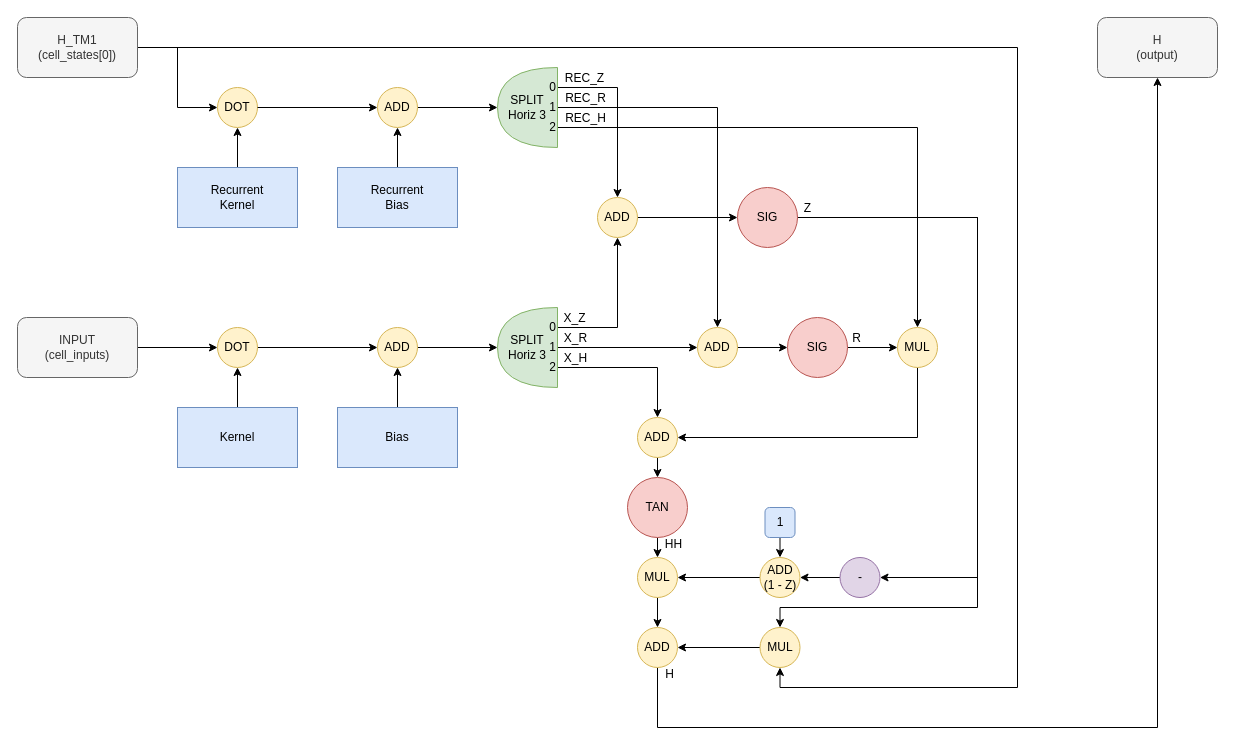
This is documents/diagrams/GRU_tensorflow.drawio from PiniponSelvagem/BAD_FPGA, a draw.io file, before an edit. Source tidied: cells renumbered, new cells numbered last; positions are measured from the earlier drawing's top-left corner, leaving out a move shared by most shapes. Both pictures are drawn from the tidied source at 100%, with x=0, y=0 at pixel (17, 17).
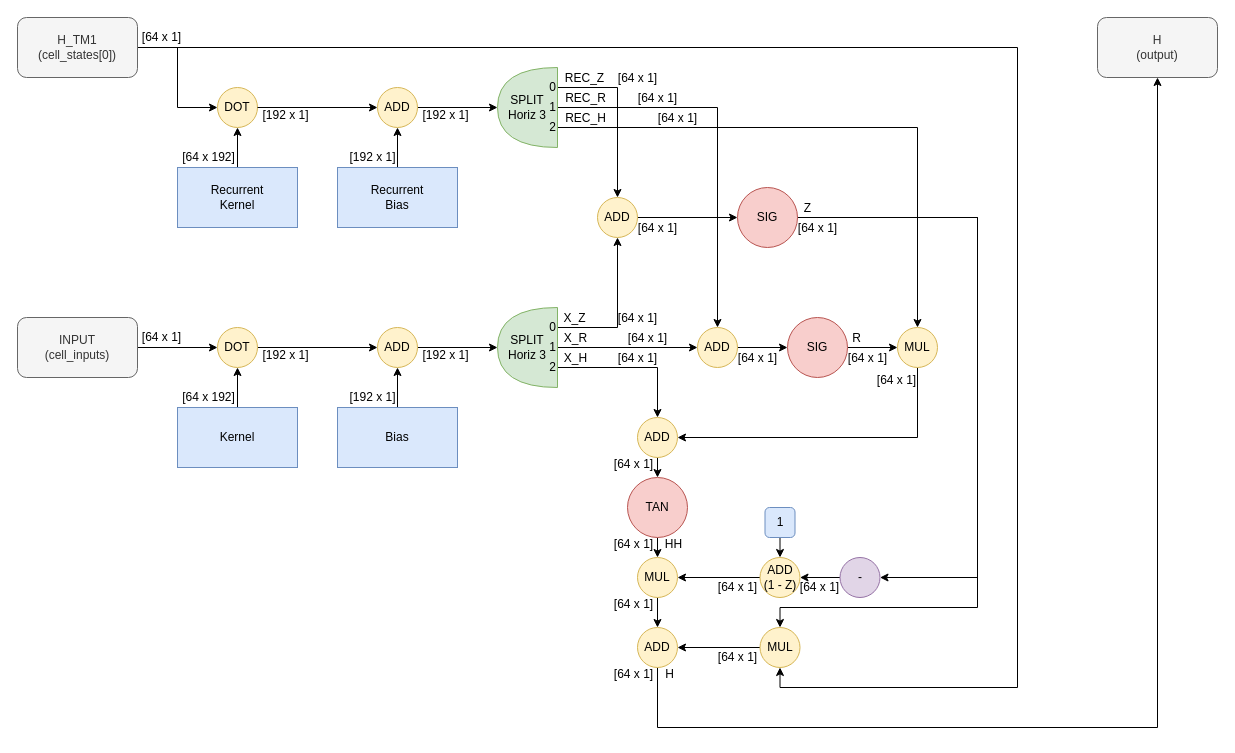
Above is the later version.

The edit, as a diff of the source:
```diff
@@
+    <mxCell id="75" value="[64 x 1]" style="text;html=1;align=center;verticalAlign=middle;strokeColor=none;fillColor=none;" parent="1" vertex="1">
+      <mxGeometry x="114" y="5" width="60" height="30" as="geometry" />
+    </mxCell>
+    <mxCell id="76" value="[64 x 1]" style="text;html=1;align=center;verticalAlign=middle;strokeColor=none;fillColor=none;" parent="1" vertex="1">
+      <mxGeometry x="114" y="305" width="60" height="30" as="geometry" />
+    </mxCell>
+    <mxCell id="77" value="[64 x 1]" style="text;html=1;align=center;verticalAlign=middle;strokeColor=none;fillColor=none;" parent="1" vertex="1">
+      <mxGeometry x="586" y="642" width="60" height="30" as="geometry" />
+    </mxCell>
+    <mxCell id="78" value="[64 x 192]" style="text;html=1;align=center;verticalAlign=middle;strokeColor=none;fillColor=none;" parent="1" vertex="1">
+      <mxGeometry x="151" y="125" width="80" height="30" as="geometry" />
+    </mxCell>
+    <mxCell id="79" value="[192 x 1]" style="text;html=1;align=center;verticalAlign=middle;strokeColor=none;fillColor=none;" parent="1" vertex="1">
+      <mxGeometry x="320" y="125" width="70" height="30" as="geometry" />
+    </mxCell>
+    <mxCell id="80" value="[64 x 192]" style="text;html=1;align=center;verticalAlign=middle;strokeColor=none;fillColor=none;" parent="1" vertex="1">
+      <mxGeometry x="151" y="365" width="80" height="30" as="geometry" />
+    </mxCell>
+    <mxCell id="81" value="[192 x 1]" style="text;html=1;align=center;verticalAlign=middle;strokeColor=none;fillColor=none;" parent="1" vertex="1">
+      <mxGeometry x="320" y="365" width="70" height="30" as="geometry" />
+    </mxCell>
+    <mxCell id="82" value="[64 x 1]" style="text;html=1;align=center;verticalAlign=middle;strokeColor=none;fillColor=none;" parent="1" vertex="1">
+      <mxGeometry x="590" y="46" width="60" height="30" as="geometry" />
+    </mxCell>
+    <mxCell id="83" value="[64 x 1]" style="text;html=1;align=center;verticalAlign=middle;strokeColor=none;fillColor=none;" parent="1" vertex="1">
+      <mxGeometry x="610" y="66" width="60" height="30" as="geometry" />
+    </mxCell>
+    <mxCell id="84" value="[64 x 1]" style="text;html=1;align=center;verticalAlign=middle;strokeColor=none;fillColor=none;" parent="1" vertex="1">
+      <mxGeometry x="630" y="86" width="60" height="30" as="geometry" />
+    </mxCell>
+    <mxCell id="85" value="[64 x 1]" style="text;html=1;align=center;verticalAlign=middle;strokeColor=none;fillColor=none;" parent="1" vertex="1">
+      <mxGeometry x="590" y="286" width="60" height="30" as="geometry" />
+    </mxCell>
+    <mxCell id="86" value="[64 x 1]" style="text;html=1;align=center;verticalAlign=middle;strokeColor=none;fillColor=none;" parent="1" vertex="1">
+      <mxGeometry x="600" y="306" width="60" height="30" as="geometry" />
+    </mxCell>
+    <mxCell id="87" value="[64 x 1]" style="text;html=1;align=center;verticalAlign=middle;strokeColor=none;fillColor=none;" parent="1" vertex="1">
+      <mxGeometry x="590" y="326" width="60" height="30" as="geometry" />
+    </mxCell>
+    <mxCell id="88" value="[64 x 1]" style="text;html=1;align=center;verticalAlign=middle;strokeColor=none;fillColor=none;" parent="1" vertex="1">
+      <mxGeometry x="610" y="196" width="60" height="30" as="geometry" />
+    </mxCell>
+    <mxCell id="89" value="[64 x 1]" style="text;html=1;align=center;verticalAlign=middle;strokeColor=none;fillColor=none;" parent="1" vertex="1">
+      <mxGeometry x="770" y="196" width="60" height="30" as="geometry" />
+    </mxCell>
+    <mxCell id="90" value="[64 x 1]" style="text;html=1;align=center;verticalAlign=middle;strokeColor=none;fillColor=none;" parent="1" vertex="1">
+      <mxGeometry x="710" y="326" width="60" height="30" as="geometry" />
+    </mxCell>
+    <mxCell id="91" value="[64 x 1]" style="text;html=1;align=center;verticalAlign=middle;strokeColor=none;fillColor=none;" parent="1" vertex="1">
+      <mxGeometry x="820" y="326" width="60" height="30" as="geometry" />
+    </mxCell>
+    <mxCell id="92" value="[64 x 1]" style="text;html=1;align=center;verticalAlign=middle;strokeColor=none;fillColor=none;" parent="1" vertex="1">
+      <mxGeometry x="849" y="348" width="60" height="30" as="geometry" />
+    </mxCell>
+    <mxCell id="93" value="[64 x 1]" style="text;html=1;align=center;verticalAlign=middle;strokeColor=none;fillColor=none;" parent="1" vertex="1">
+      <mxGeometry x="586" y="572" width="60" height="30" as="geometry" />
+    </mxCell>
+    <mxCell id="94" value="[64 x 1]" style="text;html=1;align=center;verticalAlign=middle;strokeColor=none;fillColor=none;" parent="1" vertex="1">
+      <mxGeometry x="586" y="512" width="60" height="30" as="geometry" />
+    </mxCell>
+    <mxCell id="95" value="[64 x 1]" style="text;html=1;align=center;verticalAlign=middle;strokeColor=none;fillColor=none;" parent="1" vertex="1">
+      <mxGeometry x="586" y="432" width="60" height="30" as="geometry" />
+    </mxCell>
+    <mxCell id="96" value="[64 x 1]" style="text;html=1;align=center;verticalAlign=middle;strokeColor=none;fillColor=none;" parent="1" vertex="1">
+      <mxGeometry x="772" y="555" width="60" height="30" as="geometry" />
+    </mxCell>
+    <mxCell id="97" value="[64 x 1]" style="text;html=1;align=center;verticalAlign=middle;strokeColor=none;fillColor=none;" parent="1" vertex="1">
+      <mxGeometry x="690" y="555" width="60" height="30" as="geometry" />
+    </mxCell>
+    <mxCell id="98" value="[64 x 1]" style="text;html=1;align=center;verticalAlign=middle;strokeColor=none;fillColor=none;" parent="1" vertex="1">
+      <mxGeometry x="690" y="625" width="60" height="30" as="geometry" />
+    </mxCell>
+    <mxCell id="99" value="[192 x 1]" style="text;html=1;align=center;verticalAlign=middle;strokeColor=none;fillColor=none;" parent="1" vertex="1">
+      <mxGeometry x="233" y="323" width="70" height="30" as="geometry" />
+    </mxCell>
+    <mxCell id="100" value="[192 x 1]" style="text;html=1;align=center;verticalAlign=middle;strokeColor=none;fillColor=none;" parent="1" vertex="1">
+      <mxGeometry x="393" y="323" width="70" height="30" as="geometry" />
+    </mxCell>
+    <mxCell id="101" value="[192 x 1]" style="text;html=1;align=center;verticalAlign=middle;strokeColor=none;fillColor=none;" parent="1" vertex="1">
+      <mxGeometry x="233" y="83" width="70" height="30" as="geometry" />
+    </mxCell>
+    <mxCell id="102" value="[192 x 1]" style="text;html=1;align=center;verticalAlign=middle;strokeColor=none;fillColor=none;" parent="1" vertex="1">
+      <mxGeometry x="393" y="83" width="70" height="30" as="geometry" />
+    </mxCell>
```
